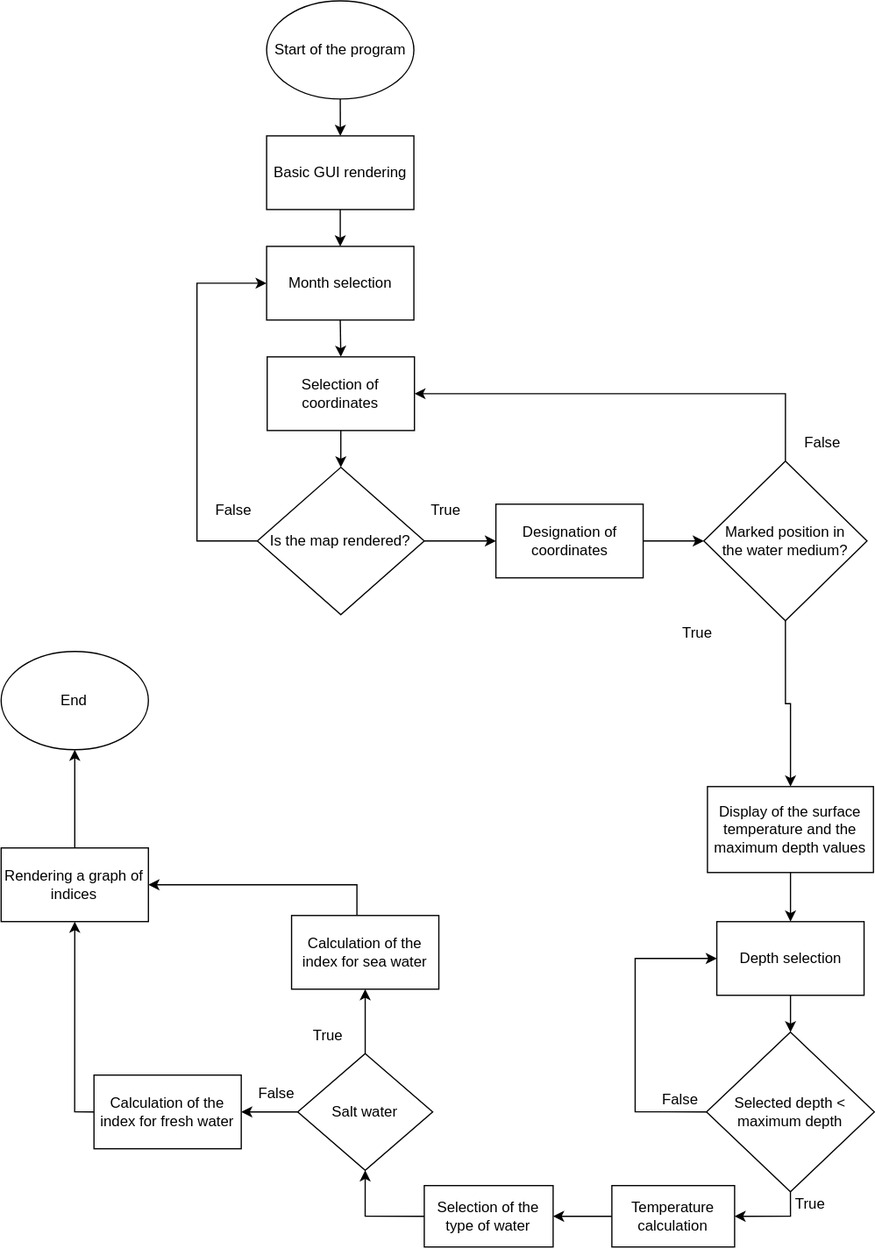
OndraFoltyn/digital-electronics-1 keeps this draw.io diagram as world_map.drawio.svg. Above is the earlier version. Source tidied: cells renumbered, new cells last; positions are measured from the earlier drawing's top-left corner, leaving out a move shared by most shapes.
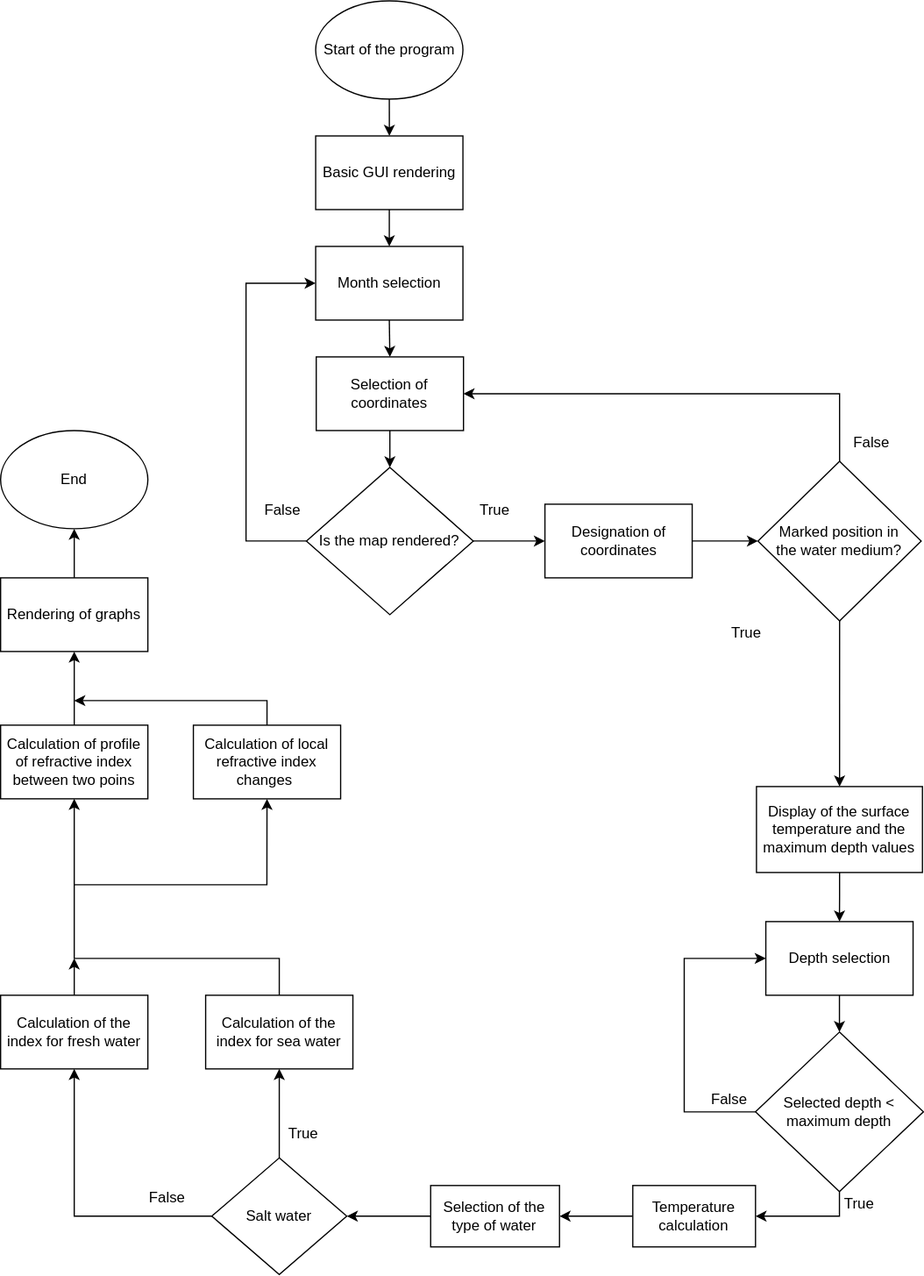
The same file after the commit.

The edit, as a diff of the source:
```diff
@@ -53,7 +53,7 @@
       <mxGeometry relative="1" as="geometry" />
     </mxCell>
     <mxCell id="17" value="Marked position in &lt;br&gt;the water medium?" style="rhombus;whiteSpace=wrap;html=1;" parent="1" vertex="1">
-      <mxGeometry x="573" y="375" width="133" height="130" as="geometry" />
+      <mxGeometry x="577.2" y="375" width="133" height="130" as="geometry" />
     </mxCell>
     <mxCell id="18" value="False" style="text;html=1;strokeColor=none;fillColor=none;align=center;verticalAlign=middle;whiteSpace=wrap;rounded=0;" parent="1" vertex="1">
       <mxGeometry x="640" y="345" width="60" height="30" as="geometry" />
@@ -94,54 +94,58 @@
       <mxGeometry relative="1" as="geometry" />
     </mxCell>
     <mxCell id="29" value="Temperature calculation" style="whiteSpace=wrap;html=1;" parent="1" vertex="1">
-      <mxGeometry x="498.1" y="965" width="100" height="50" as="geometry" />
+      <mxGeometry x="475.2" y="965" width="100" height="50" as="geometry" />
     </mxCell>
     <mxCell id="30" value="True" style="text;html=1;strokeColor=none;fillColor=none;align=center;verticalAlign=middle;whiteSpace=wrap;rounded=0;" parent="1" vertex="1">
       <mxGeometry x="630" y="965" width="60" height="30" as="geometry" />
     </mxCell>
-    <mxCell id="31" style="edgeStyle=orthogonalEdgeStyle;rounded=0;jettySize=auto;html=1;" parent="1" edge="1" source="33" target="35">
+    <mxCell id="31" style="edgeStyle=orthogonalEdgeStyle;rounded=0;jettySize=auto;html=1;entryX=0.5;entryY=1;entryDx=0;entryDy=0;" parent="1" edge="1" source="33" target="35">
       <mxGeometry relative="1" as="geometry" />
     </mxCell>
     <mxCell id="32" style="edgeStyle=orthogonalEdgeStyle;rounded=0;jettySize=auto;html=1;" parent="1" edge="1" source="33" target="37">
       <mxGeometry relative="1" as="geometry" />
     </mxCell>
     <mxCell id="33" value="Salt water" style="rhombus;whiteSpace=wrap;html=1;" parent="1" vertex="1">
-      <mxGeometry x="242.1" y="857.5" width="110" height="95" as="geometry" />
+      <mxGeometry x="132.1" y="942.5" width="110" height="95" as="geometry" />
     </mxCell>
-    <mxCell id="34" style="edgeStyle=orthogonalEdgeStyle;rounded=0;jettySize=auto;html=1;exitX=0;exitY=0.5;exitDx=0;exitDy=0;entryX=0.5;entryY=1;entryDx=0;entryDy=0;" parent="1" edge="1" source="35" target="41">
-      <mxGeometry relative="1" as="geometry">
-        <Array as="points">
-          <mxPoint x="60.3" y="905" />
-        </Array>
-      </mxGeometry>
-    </mxCell>
+    <mxCell id="47" style="edgeStyle=orthogonalEdgeStyle;rounded=0;jettySize=auto;html=1;exitX=0.5;exitY=0;exitDx=0;exitDy=0;" parent="1" edge="1" source="35">
+      <mxGeometry relative="1" as="geometry">
+        <mxPoint x="20" y="780" as="targetPoint" />
+      </mxGeometry>
+    </mxCell>
     <mxCell id="35" value="Calculation of the index for fresh water" style="whiteSpace=wrap;html=1;" parent="1" vertex="1">
-      <mxGeometry x="76.1" y="875" width="120" height="60" as="geometry" />
+      <mxGeometry x="-40" y="810" width="120" height="60" as="geometry" />
     </mxCell>
-    <mxCell id="36" style="edgeStyle=orthogonalEdgeStyle;rounded=0;jettySize=auto;html=1;entryX=1;entryY=0.5;entryDx=0;entryDy=0;" parent="1" edge="1" source="37" target="41">
-      <mxGeometry relative="1" as="geometry">
-        <Array as="points">
-          <mxPoint x="290.3" y="720" />
-        </Array>
-      </mxGeometry>
-    </mxCell>
+    <mxCell id="48" style="edgeStyle=orthogonalEdgeStyle;rounded=0;jettySize=auto;html=1;exitX=0.5;exitY=0;exitDx=0;exitDy=0;entryX=0.5;entryY=1;entryDx=0;entryDy=0;" parent="1" edge="1" source="37" target="51">
+      <mxGeometry relative="1" as="geometry">
+        <Array as="points">
+          <mxPoint x="187" y="780" />
+          <mxPoint x="20" y="780" />
+        </Array>
+      </mxGeometry>
+    </mxCell>
     <mxCell id="37" value="Calculation of the index for sea water" style="whiteSpace=wrap;html=1;" parent="1" vertex="1">
-      <mxGeometry x="237.1" y="745" width="120" height="60" as="geometry" />
+      <mxGeometry x="127.1" y="810" width="120" height="60" as="geometry" />
     </mxCell>
     <mxCell id="38" value="False" style="text;html=1;strokeColor=none;fillColor=none;align=center;verticalAlign=middle;whiteSpace=wrap;rounded=0;" parent="1" vertex="1">
-      <mxGeometry x="198.1" y="875" width="53.5" height="30" as="geometry" />
+      <mxGeometry x="68.6" y="960" width="53.5" height="30" as="geometry" />
     </mxCell>
     <mxCell id="39" value="True" style="text;html=1;strokeColor=none;fillColor=none;align=center;verticalAlign=middle;whiteSpace=wrap;rounded=0;" parent="1" vertex="1">
-      <mxGeometry x="237.1" y="827.5" width="60" height="30" as="geometry" />
+      <mxGeometry x="177.1" y="907.5" width="60" height="30" as="geometry" />
     </mxCell>
-    <mxCell id="40" style="edgeStyle=orthogonalEdgeStyle;rounded=0;jettySize=auto;html=1;exitX=0.5;exitY=0;exitDx=0;exitDy=0;entryX=0.5;entryY=1;entryDx=0;entryDy=0;" parent="1" edge="1" source="41" target="42">
-      <mxGeometry relative="1" as="geometry" />
-    </mxCell>
+    <mxCell id="49" style="edgeStyle=orthogonalEdgeStyle;rounded=0;jettySize=auto;html=1;exitX=0.5;exitY=0;exitDx=0;exitDy=0;" parent="1" edge="1" source="41">
+      <mxGeometry relative="1" as="geometry">
+        <mxPoint x="20" y="570" as="targetPoint" />
+        <Array as="points">
+          <mxPoint x="177" y="570" />
+        </Array>
+      </mxGeometry>
+    </mxCell>
-    <mxCell id="41" value="Rendering a graph of indices" style="rounded=0;whiteSpace=wrap;html=1;" parent="1" vertex="1">
-      <mxGeometry x="0.4" y="690" width="120" height="60" as="geometry" />
+    <mxCell id="41" value="Calculation of local refractive index changes&amp;nbsp;" style="rounded=0;whiteSpace=wrap;html=1;" parent="1" vertex="1">
+      <mxGeometry x="117.1" y="590" width="120" height="60" as="geometry" />
     </mxCell>
     <mxCell id="42" value="End" style="ellipse;whiteSpace=wrap;html=1;" parent="1" vertex="1">
-      <mxGeometry x="0.4" y="530" width="120" height="80" as="geometry" />
+      <mxGeometry x="-40" y="350" width="120" height="80" as="geometry" />
     </mxCell>
     <mxCell id="43" style="edgeStyle=orthogonalEdgeStyle;rounded=0;jettySize=auto;html=1;exitX=0.5;exitY=1;exitDx=0;exitDy=0;entryX=0.5;entryY=0;entryDx=0;entryDy=0;" parent="1" edge="1" source="44" target="7">
       <mxGeometry relative="1" as="geometry" />
@@ -149,11 +153,31 @@
     <mxCell id="44" value="Month selection" style="rounded=0;whiteSpace=wrap;html=1;" parent="1" vertex="1">
       <mxGeometry x="216.8" y="200" width="120" height="60" as="geometry" />
     </mxCell>
-    <mxCell id="45" style="edgeStyle=orthogonalEdgeStyle;rounded=0;jettySize=auto;html=1;exitX=0;exitY=0.5;exitDx=0;exitDy=0;entryX=0.5;entryY=1;entryDx=0;entryDy=0;" parent="1" edge="1" source="46" target="33">
+    <mxCell id="45" style="edgeStyle=orthogonalEdgeStyle;rounded=0;jettySize=auto;html=1;exitX=0;exitY=0.5;exitDx=0;exitDy=0;entryX=1;entryY=0.5;entryDx=0;entryDy=0;" parent="1" edge="1" source="46" target="33">
       <mxGeometry relative="1" as="geometry" />
     </mxCell>
     <mxCell id="46" value="Selection of the type of water" style="rounded=0;whiteSpace=wrap;html=1;" parent="1" vertex="1">
-      <mxGeometry x="345.2" y="965" width="105" height="50" as="geometry" />
+      <mxGeometry x="310.5" y="965" width="105" height="50" as="geometry" />
     </mxCell>
+    <mxCell id="50" style="edgeStyle=orthogonalEdgeStyle;rounded=0;jettySize=auto;html=1;exitX=0.5;exitY=0;exitDx=0;exitDy=0;entryX=0.5;entryY=1;entryDx=0;entryDy=0;" parent="1" edge="1" source="51" target="53">
+      <mxGeometry relative="1" as="geometry" />
+    </mxCell>
+    <mxCell id="51" value="Calculation of profile of refractive index between two poins" style="rounded=0;whiteSpace=wrap;html=1;" parent="1" vertex="1">
+      <mxGeometry x="-40" y="590" width="120" height="60" as="geometry" />
+    </mxCell>
+    <mxCell id="52" style="edgeStyle=orthogonalEdgeStyle;rounded=0;jettySize=auto;html=1;exitX=0.5;exitY=0;exitDx=0;exitDy=0;entryX=0.5;entryY=1;entryDx=0;entryDy=0;" parent="1" edge="1" source="53" target="42">
+      <mxGeometry relative="1" as="geometry" />
+    </mxCell>
+    <mxCell id="53" value="Rendering of graphs" style="rounded=0;whiteSpace=wrap;html=1;" parent="1" vertex="1">
+      <mxGeometry x="-40" y="470" width="120" height="60" as="geometry" />
+    </mxCell>
+    <mxCell id="54" style="endArrow=classic;html=1;rounded=0;entryX=0.5;entryY=1;entryDx=0;entryDy=0;" parent="1" edge="1" target="41">
+      <mxGeometry relative="1" as="geometry">
+        <mxPoint x="20" y="720" as="sourcePoint" />
+        <Array as="points">
+          <mxPoint x="177" y="720" />
+        </Array>
+      </mxGeometry>
+    </mxCell>
   </root>
 </mxGraphModel>
```
